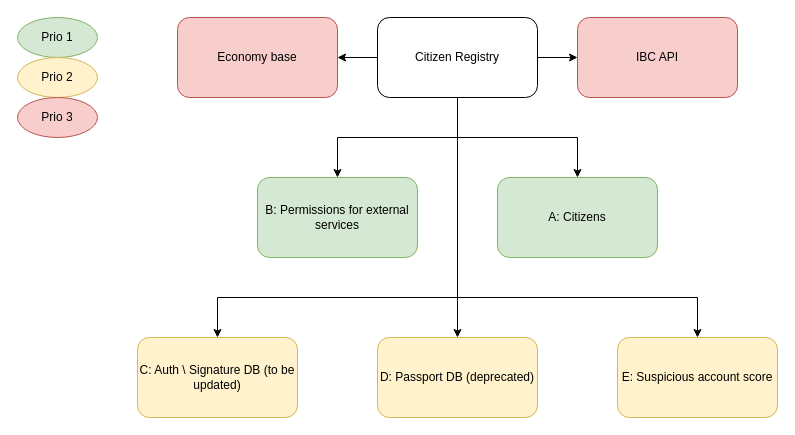
Above: page "Global CR structure" (1 of 8) of architecture/crdesign.drawio in markvandal/ds.info (draw.io), before the change. Source tidied: cells renumbered, new cells numbered last; positions are measured from the earlier drawing's top-left corner, leaving out a move shared by most shapes. Both pictures are drawn from the tidied source at 100%, with x=0, y=0 at pixel (17, 17).
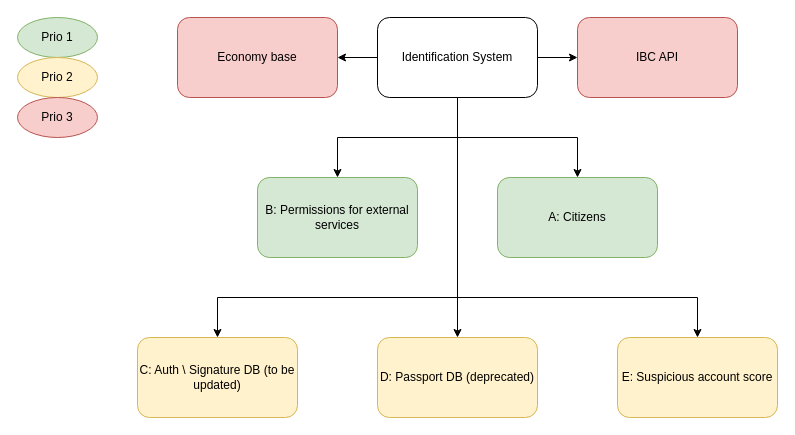
Above is the later version.

The edit, as a diff of the source:
```diff
@@
-    <mxCell id="8" value="Citizen Registry" style="rounded=1;whiteSpace=wrap;html=1;" parent="1" vertex="1">
+    <mxCell id="8" value="Identification System" style="rounded=1;whiteSpace=wrap;html=1;" parent="1" vertex="1">
       <mxGeometry x="360" width="160" height="80" as="geometry" />
     </mxCell>
```
